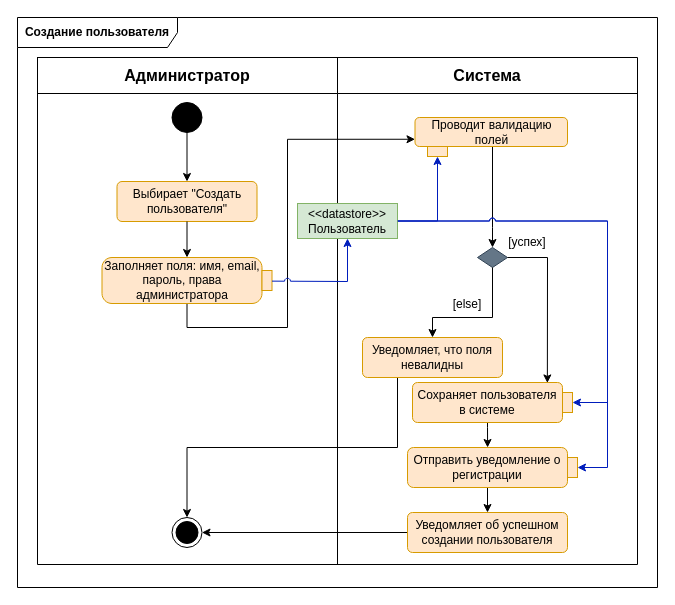
The draw.io diagram docs/raw_diagrams/create_user.drawio in aVorotnikov/thunder_board, before the edit. Source tidied: cells renumbered, new cells numbered last; positions are measured from the earlier drawing's top-left corner, leaving out a move shared by most shapes. Both pictures are drawn from the tidied source at 100%, with x=0, y=0 at pixel (17, 17).
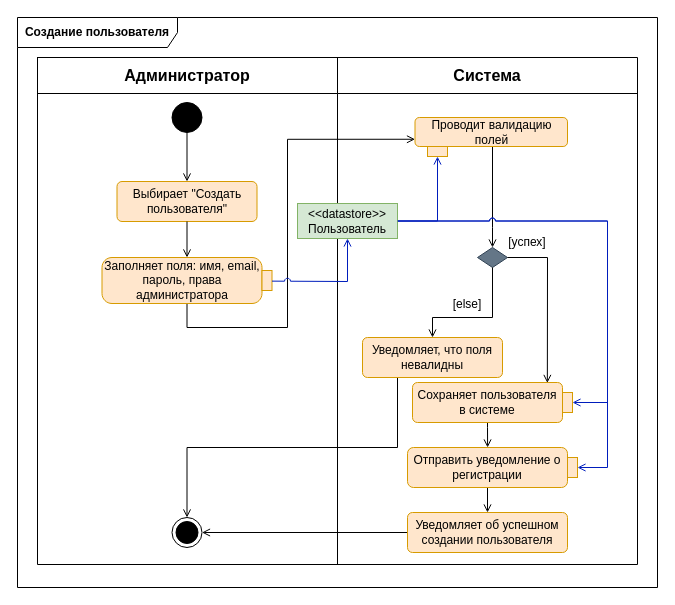
Above is the later version.

The change refers to these unchanged cells:
```xml
<mxCell id="2" value="&lt;b&gt;Создание пользователя&lt;br&gt;&lt;/b&gt;" style="shape=umlFrame;whiteSpace=wrap;html=1;width=160;" parent="1" vertex="1">
  <mxGeometry width="640" height="570" as="geometry" />
</mxCell>
<mxCell id="10" style="ellipse;fillColor=strokeColor;html=1;" parent="2" vertex="1">
  <mxGeometry x="154.5" y="85" width="30" height="30" as="geometry" />
</mxCell>
<mxCell id="11" style="ellipse;html=1;shape=endState;fillColor=strokeColor;" parent="2" vertex="1">
  <mxGeometry x="154.5" y="500" width="30" height="30" as="geometry" />
</mxCell>
<mxCell id="13" value="Заполняет поля: имя, email, пароль, права администратора" style="shape=mxgraph.uml25.action;html=1;align=center;verticalAlign=middle;absoluteArcSize=1;arcSize=10;dashed=0;spacingRight=10;whiteSpace=wrap;fillColor=#ffe6cc;strokeColor=#d79b00;" parent="2" vertex="1">
  <mxGeometry x="84.5" y="240" width="170" height="46" as="geometry" />
</mxCell>
<mxCell id="15" value="Проводит валидацию полей " style="rounded=1;whiteSpace=wrap;html=1;fillColor=#ffe6cc;strokeColor=#d79b00;" parent="2" vertex="1">
  <mxGeometry x="397.5" y="100" width="152.5" height="29" as="geometry" />
</mxCell>
<mxCell id="16" style="rounded=0;whiteSpace=wrap;html=1;fillColor=#ffe6cc;strokeColor=#d79b00;" parent="2" vertex="1">
  <mxGeometry x="410" y="129" width="20" height="10" as="geometry" />
</mxCell>
<mxCell id="19" style="rhombus;whiteSpace=wrap;html=1;fillColor=#647687;fontColor=#ffffff;strokeColor=#314354;" parent="2" vertex="1">
  <mxGeometry x="460" y="230" width="30" height="20" as="geometry" />
</mxCell>
<mxCell id="22" value="Отправить уведомление о регистрации" style="rounded=1;whiteSpace=wrap;html=1;fillColor=#ffe6cc;strokeColor=#d79b00;" parent="2" vertex="1">
  <mxGeometry x="390" y="430" width="160" height="40" as="geometry" />
</mxCell>
<mxCell id="26" value="Выбирает &quot;Создать пользователя&quot;" style="html=1;align=center;verticalAlign=middle;rounded=1;absoluteArcSize=1;arcSize=10;dashed=0;whiteSpace=wrap;fillColor=#ffe6cc;strokeColor=#d79b00;" parent="2" vertex="1">
  <mxGeometry x="99.5" y="164" width="140" height="40" as="geometry" />
</mxCell>
<mxCell id="30" value="Уведомляет, что поля невалидны" style="html=1;align=center;verticalAlign=middle;rounded=1;absoluteArcSize=1;arcSize=10;dashed=0;whiteSpace=wrap;fillColor=#ffe6cc;strokeColor=#d79b00;" parent="2" vertex="1">
  <mxGeometry x="345" y="320" width="140" height="40" as="geometry" />
</mxCell>
<mxCell id="31" value="Сохраняет пользователя в системе" style="html=1;align=center;verticalAlign=middle;rounded=1;absoluteArcSize=1;arcSize=10;dashed=0;whiteSpace=wrap;fillColor=#ffe6cc;strokeColor=#d79b00;" parent="2" vertex="1">
  <mxGeometry x="395" y="365" width="150" height="40" as="geometry" />
</mxCell>
<mxCell id="33" value="Уведомляет об успешном создании пользователя" style="html=1;align=center;verticalAlign=middle;rounded=1;absoluteArcSize=1;arcSize=10;dashed=0;whiteSpace=wrap;fillColor=#ffe6cc;strokeColor=#d79b00;" parent="2" vertex="1">
  <mxGeometry x="390" y="495" width="160" height="40" as="geometry" />
</mxCell>
<mxCell id="34" style="rounded=0;whiteSpace=wrap;html=1;fillColor=#ffe6cc;strokeColor=#d79b00;rotation=-90;" parent="2" vertex="1">
  <mxGeometry x="540" y="380" width="20" height="10" as="geometry" />
</mxCell>
<mxCell id="37" value="&lt;div&gt;&amp;lt;&amp;lt;datastore&amp;gt;&amp;gt;&lt;/div&gt;&lt;div&gt;Пользователь&lt;br&gt;&lt;/div&gt;" style="rounded=0;whiteSpace=wrap;html=1;fillColor=#d5e8d4;strokeColor=#82b366;" parent="2" vertex="1">
  <mxGeometry x="280" y="186" width="100" height="35" as="geometry" />
</mxCell>
<mxCell id="38" style="rounded=0;whiteSpace=wrap;html=1;fillColor=#ffe6cc;strokeColor=#d79b00;rotation=-90;" parent="2" vertex="1">
  <mxGeometry x="545" y="445" width="20" height="10" as="geometry" />
</mxCell>
```

Diff of the diagram source:
```diff
@@
-    <mxCell id="12" style="edgeStyle=orthogonalEdgeStyle;rounded=0;jettySize=auto;html=1;entryX=0;entryY=0.75;entryDx=0;entryDy=0;" parent="2" edge="1" source="13" target="15">
+    <mxCell id="12" style="edgeStyle=orthogonalEdgeStyle;rounded=0;jettySize=auto;html=1;entryX=0;entryY=0.75;entryDx=0;entryDy=0;endArrow=open;endFill=0;" parent="2" edge="1" source="13" target="15">
       <mxGeometry relative="1" as="geometry">
         <Array as="points">
           <mxPoint x="170" y="310" />
           <mxPoint x="270" y="310" />
           <mxPoint x="270" y="122" />
         </Array>
       </mxGeometry>
     </mxCell>
@@
-    <mxCell id="14" style="edgeStyle=orthogonalEdgeStyle;rounded=0;jettySize=auto;html=1;entryX=0.5;entryY=0;entryDx=0;entryDy=0;" parent="2" edge="1" source="15" target="19">
+    <mxCell id="14" style="edgeStyle=orthogonalEdgeStyle;rounded=0;jettySize=auto;html=1;entryX=0.5;entryY=0;entryDx=0;entryDy=0;endArrow=open;endFill=0;" parent="2" edge="1" source="15" target="19">
       <mxGeometry relative="1" as="geometry">
         <Array as="points">
           <mxPoint x="475" y="210" />
           <mxPoint x="475" y="210" />
         </Array>
       </mxGeometry>
     </mxCell>
@@
-    <mxCell id="17" style="endArrow=classic;html=1;rounded=0;entryX=0.5;entryY=1;entryDx=0;entryDy=0;exitX=1;exitY=0.514;exitDx=0;exitDy=0;exitPerimeter=0;fillColor=#0050ef;strokeColor=#001DBC;jumpStyle=arc;" parent="2" edge="1" source="13" target="37">
+    <mxCell id="17" style="endArrow=open;html=1;rounded=0;entryX=0.5;entryY=1;entryDx=0;entryDy=0;exitX=1;exitY=0.514;exitDx=0;exitDy=0;exitPerimeter=0;fillColor=#0050ef;strokeColor=#001DBC;jumpStyle=arc;endFill=0;" parent="2" edge="1" source="13" target="37">
       <mxGeometry relative="1" as="geometry">
         <Array as="points">
           <mxPoint x="330" y="264" />
         </Array>
       </mxGeometry>
     </mxCell>
-    <mxCell id="18" style="edgeStyle=orthogonalEdgeStyle;rounded=0;orthogonalLoop=1;jettySize=auto;html=1;" parent="2" edge="1">
+    <mxCell id="18" style="edgeStyle=orthogonalEdgeStyle;rounded=0;orthogonalLoop=1;jettySize=auto;html=1;endArrow=open;endFill=0;" parent="2" edge="1">
       <mxGeometry relative="1" as="geometry">
         <mxPoint x="470" y="400" as="sourcePoint" />
         <mxPoint x="470.1" y="430" as="targetPoint" />
         <Array as="points">
           <mxPoint x="470" y="410" />
           <mxPoint x="470" y="410" />
         </Array>
       </mxGeometry>
     </mxCell>
@@
-    <mxCell id="20" style="edgeStyle=orthogonalEdgeStyle;rounded=0;jettySize=auto;html=1;entryX=0.5;entryY=0;entryDx=0;entryDy=0;" parent="2" edge="1" source="19" target="30">
+    <mxCell id="20" style="edgeStyle=orthogonalEdgeStyle;rounded=0;jettySize=auto;html=1;entryX=0.5;entryY=0;entryDx=0;entryDy=0;endArrow=open;endFill=0;" parent="2" edge="1" source="19" target="30">
       <mxGeometry relative="1" as="geometry">
         <Array as="points">
           <mxPoint x="475" y="300" />
           <mxPoint x="415" y="300" />
         </Array>
       </mxGeometry>
     </mxCell>
-    <mxCell id="21" style="edgeStyle=orthogonalEdgeStyle;rounded=0;jettySize=auto;html=1;entryX=0.5;entryY=0;entryDx=0;entryDy=0;" parent="2" edge="1" source="22" target="33">
+    <mxCell id="21" style="edgeStyle=orthogonalEdgeStyle;rounded=0;jettySize=auto;html=1;entryX=0.5;entryY=0;entryDx=0;entryDy=0;endArrow=open;endFill=0;" parent="2" edge="1" source="22" target="33">
       <mxGeometry relative="1" as="geometry" />
     </mxCell>
@@
-    <mxCell id="23" style="endArrow=classic;html=1;rounded=0;exitX=1;exitY=0.5;exitDx=0;exitDy=0;entryX=0.899;entryY=0.011;entryDx=0;entryDy=0;entryPerimeter=0;" parent="2" edge="1" source="19" target="31">
+    <mxCell id="23" style="endArrow=open;html=1;rounded=0;exitX=1;exitY=0.5;exitDx=0;exitDy=0;entryX=0.899;entryY=0.011;entryDx=0;entryDy=0;entryPerimeter=0;endFill=0;" parent="2" edge="1" source="19" target="31">
       <mxGeometry relative="1" as="geometry">
         <Array as="points">
           <mxPoint x="530" y="240" />
         </Array>
       </mxGeometry>
     </mxCell>
@@
-    <mxCell id="25" style="edgeStyle=orthogonalEdgeStyle;rounded=0;jettySize=auto;html=1;entryX=0.5;entryY=1;entryDx=0;entryDy=0;fillColor=#0050ef;strokeColor=#001DBC;exitX=1;exitY=0.5;exitDx=0;exitDy=0;jumpStyle=arc;" parent="2" edge="1" source="37" target="34">
+    <mxCell id="25" style="edgeStyle=orthogonalEdgeStyle;rounded=0;jettySize=auto;html=1;entryX=0.5;entryY=1;entryDx=0;entryDy=0;fillColor=#0050ef;strokeColor=#001DBC;exitX=1;exitY=0.5;exitDx=0;exitDy=0;jumpStyle=arc;endArrow=open;endFill=0;" parent="2" edge="1" source="37" target="34">
       <mxGeometry relative="1" as="geometry">
         <Array as="points">
           <mxPoint x="590" y="203" />
           <mxPoint x="590" y="385" />
         </Array>
       </mxGeometry>
     </mxCell>
@@
-    <mxCell id="27" style="endArrow=classic;html=1;rounded=0;exitX=0.5;exitY=1;exitDx=0;exitDy=0;" parent="2" edge="1" source="26" target="13">
+    <mxCell id="27" style="endArrow=open;html=1;rounded=0;exitX=0.5;exitY=1;exitDx=0;exitDy=0;endFill=0;" parent="2" edge="1" source="26" target="13">
       <mxGeometry relative="1" as="geometry" />
     </mxCell>
-    <mxCell id="28" style="endArrow=classic;html=1;rounded=0;exitX=0.5;exitY=1;exitDx=0;exitDy=0;entryX=0.5;entryY=0;entryDx=0;entryDy=0;" parent="2" edge="1" source="10" target="26">
+    <mxCell id="28" style="endArrow=open;html=1;rounded=0;exitX=0.5;exitY=1;exitDx=0;exitDy=0;entryX=0.5;entryY=0;entryDx=0;entryDy=0;endFill=0;" parent="2" edge="1" source="10" target="26">
       <mxGeometry relative="1" as="geometry" />
     </mxCell>
-    <mxCell id="29" style="edgeStyle=orthogonalEdgeStyle;rounded=0;jettySize=auto;html=1;exitX=0.25;exitY=1;exitDx=0;exitDy=0;entryX=0.5;entryY=0;entryDx=0;entryDy=0;" parent="2" edge="1" source="30" target="11">
+    <mxCell id="29" style="edgeStyle=orthogonalEdgeStyle;rounded=0;jettySize=auto;html=1;exitX=0.25;exitY=1;exitDx=0;exitDy=0;entryX=0.5;entryY=0;entryDx=0;entryDy=0;endArrow=open;endFill=0;" parent="2" edge="1" source="30" target="11">
       <mxGeometry relative="1" as="geometry" />
     </mxCell>
@@
-    <mxCell id="32" style="edgeStyle=orthogonalEdgeStyle;rounded=0;jettySize=auto;html=1;entryX=1;entryY=0.5;entryDx=0;entryDy=0;" parent="2" edge="1" source="33" target="11">
+    <mxCell id="32" style="edgeStyle=orthogonalEdgeStyle;rounded=0;jettySize=auto;html=1;entryX=1;entryY=0.5;entryDx=0;entryDy=0;endArrow=open;endFill=0;" parent="2" edge="1" source="33" target="11">
       <mxGeometry relative="1" as="geometry" />
     </mxCell>
@@
-    <mxCell id="36" style="edgeStyle=orthogonalEdgeStyle;rounded=0;jettySize=auto;html=1;entryX=0.5;entryY=1;entryDx=0;entryDy=0;fillColor=#0050ef;strokeColor=#001DBC;" parent="2" edge="1" source="37" target="16">
+    <mxCell id="36" style="edgeStyle=orthogonalEdgeStyle;rounded=0;jettySize=auto;html=1;entryX=0.5;entryY=1;entryDx=0;entryDy=0;fillColor=#0050ef;strokeColor=#001DBC;endArrow=open;endFill=0;" parent="2" edge="1" source="37" target="16">
       <mxGeometry relative="1" as="geometry" />
     </mxCell>
@@
-    <mxCell id="39" style="edgeStyle=orthogonalEdgeStyle;rounded=0;jettySize=auto;html=1;entryX=0.5;entryY=1;entryDx=0;entryDy=0;fillColor=#0050ef;strokeColor=#001DBC;jumpStyle=arc;" parent="2" edge="1" source="37" target="38">
+    <mxCell id="39" style="edgeStyle=orthogonalEdgeStyle;rounded=0;jettySize=auto;html=1;entryX=0.5;entryY=1;entryDx=0;entryDy=0;fillColor=#0050ef;strokeColor=#001DBC;jumpStyle=arc;endArrow=open;endFill=0;" parent="2" edge="1" source="37" target="38">
       <mxGeometry relative="1" as="geometry">
         <Array as="points">
           <mxPoint x="590" y="203" />
           <mxPoint x="590" y="450" />
         </Array>
       </mxGeometry>
     </mxCell>
```
